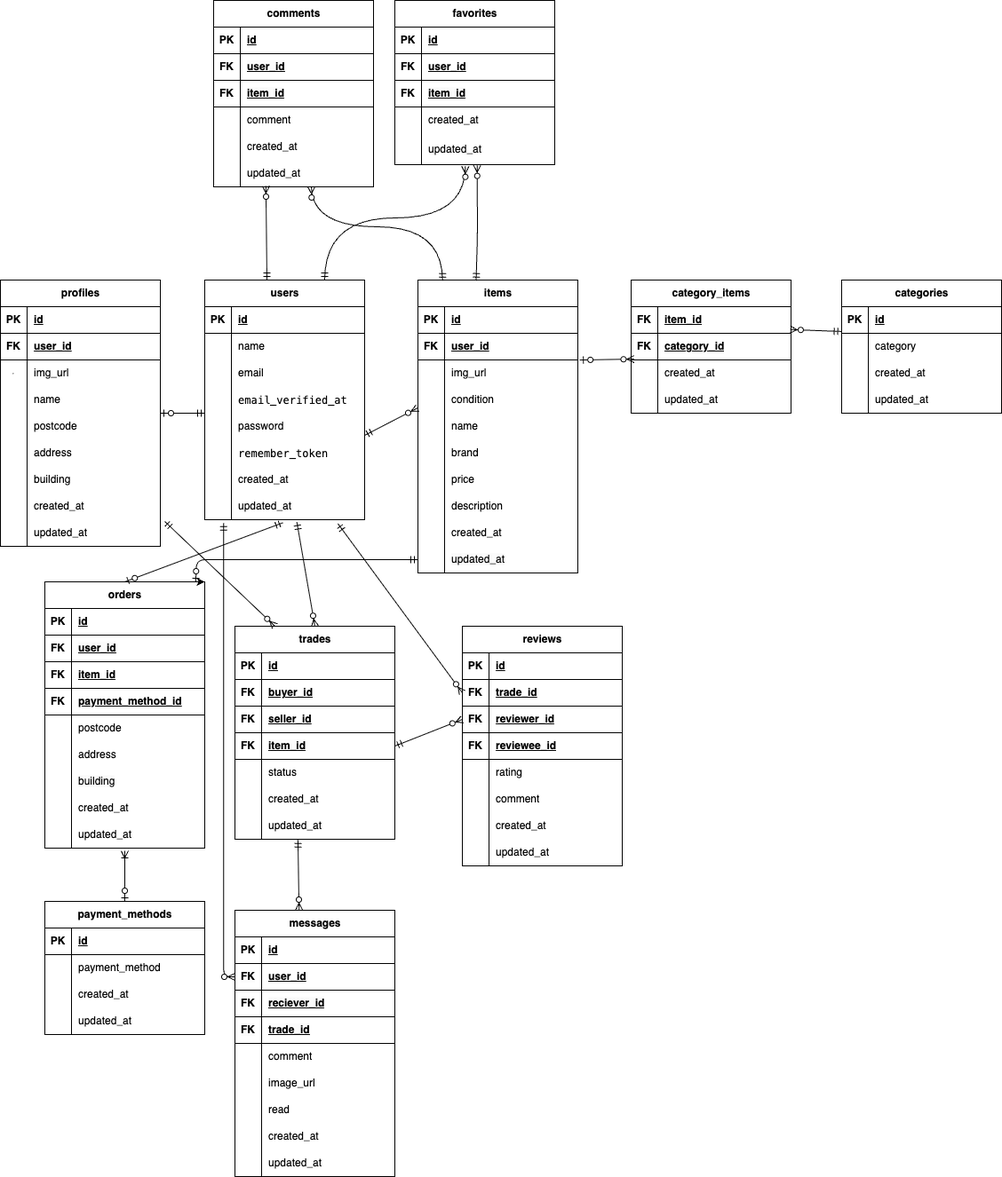
The draw.io diagram market.drawio.png in irokiyo/market-form, before a commit. Source tidied: cells renumbered, new cells last; positions are measured from the earlier drawing's top-left corner, leaving out a move shared by most shapes.
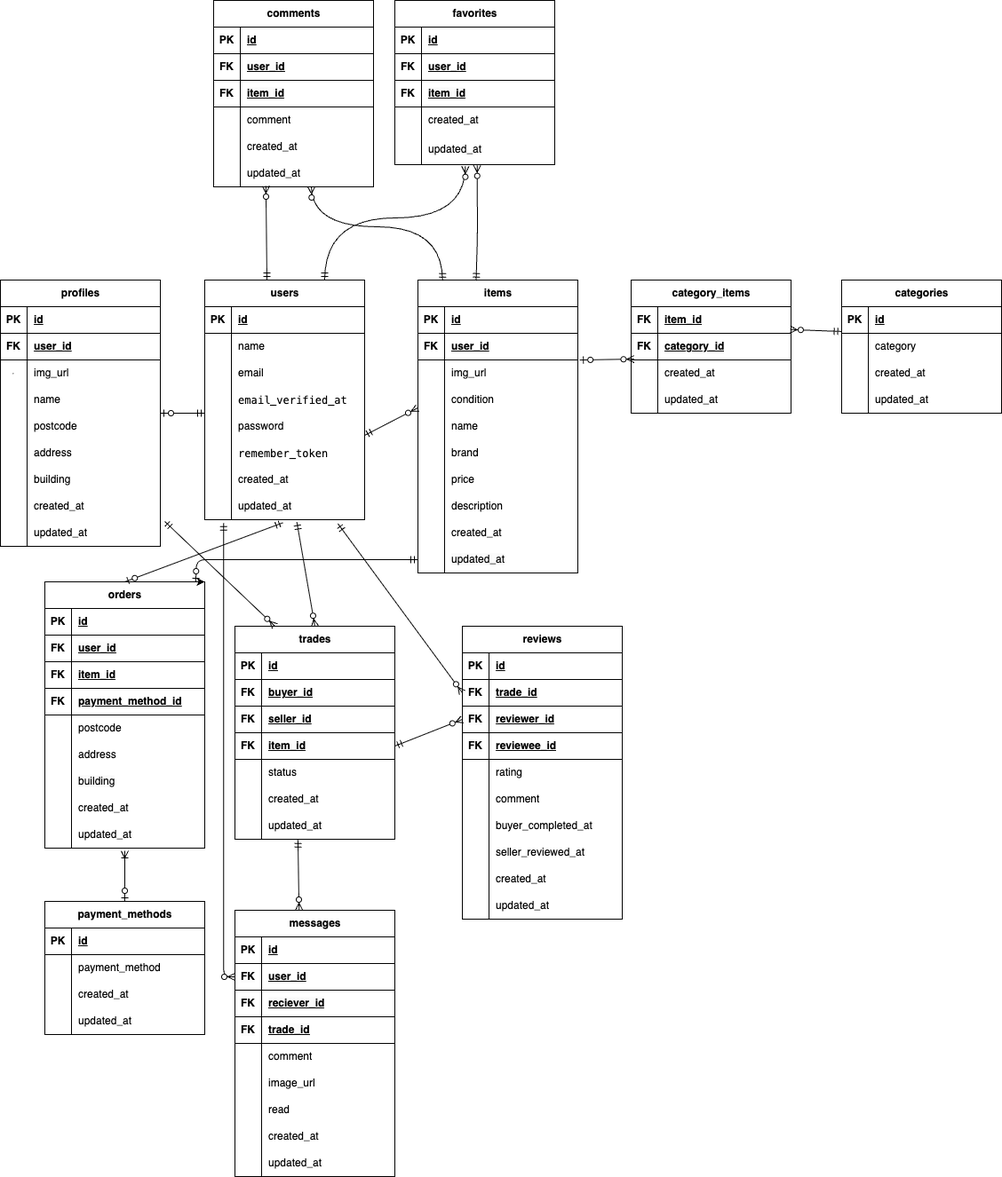
Above is the later version.

What changed in the source:
```diff
@@ -685,7 +685,7 @@
       <mxGeometry x="30" width="150" height="30" as="geometry" />
     </mxCell>
     <mxCell id="221" value="reviews" style="shape=table;startSize=30;rowLines=0;fontStyle=1;align=center;html=1;" parent="1" vertex="1">
-      <mxGeometry x="520" y="705" width="180" height="270" as="geometry" />
+      <mxGeometry x="520" y="705" width="180" height="330" as="geometry" />
     </mxCell>
     <mxCell id="222" style="shape=tableRow;horizontal=0;startSize=0;swimlaneHead=0;swimlaneBody=0;fillColor=none;top=0;left=0;right=0;bottom=1;" parent="221" vertex="1">
       <mxGeometry y="30" width="180" height="30" as="geometry" />
@@ -741,8 +741,26 @@
     <mxCell id="239" value="comment" style="shape=partialRectangle;fillColor=none;top=0;left=0;bottom=0;right=0;align=left;spacingLeft=6;overflow=hidden;whiteSpace=wrap;html=1;" parent="237" vertex="1">
       <mxGeometry x="30" width="150" height="30" as="geometry" />
     </mxCell>
+    <mxCell id="281" style="shape=tableRow;horizontal=0;startSize=0;swimlaneHead=0;swimlaneBody=0;fillColor=none;top=0;left=0;right=0;bottom=0;" parent="221" vertex="1">
+      <mxGeometry y="210" width="180" height="30" as="geometry" />
+    </mxCell>
+    <mxCell id="282" style="shape=partialRectangle;fillColor=none;top=0;left=0;bottom=0;right=0;overflow=hidden;whiteSpace=wrap;html=1;" parent="281" vertex="1">
+      <mxGeometry width="30" height="30" as="geometry" />
+    </mxCell>
+    <mxCell id="283" value="&lt;meta charset=&quot;utf-8&quot;&gt;buyer_completed_at" style="shape=partialRectangle;fillColor=none;top=0;left=0;bottom=0;right=0;align=left;spacingLeft=6;overflow=hidden;whiteSpace=wrap;html=1;" parent="281" vertex="1">
+      <mxGeometry x="30" width="150" height="30" as="geometry" />
+    </mxCell>
+    <mxCell id="284" style="shape=tableRow;horizontal=0;startSize=0;swimlaneHead=0;swimlaneBody=0;fillColor=none;top=0;left=0;right=0;bottom=0;" parent="221" vertex="1">
+      <mxGeometry y="240" width="180" height="30" as="geometry" />
+    </mxCell>
+    <mxCell id="285" style="shape=partialRectangle;fillColor=none;top=0;left=0;bottom=0;right=0;overflow=hidden;whiteSpace=wrap;html=1;" parent="284" vertex="1">
+      <mxGeometry width="30" height="30" as="geometry" />
+    </mxCell>
+    <mxCell id="286" value="seller_reviewed_at" style="shape=partialRectangle;fillColor=none;top=0;left=0;bottom=0;right=0;align=left;spacingLeft=6;overflow=hidden;whiteSpace=wrap;html=1;" parent="284" vertex="1">
+      <mxGeometry x="30" width="150" height="30" as="geometry" />
+    </mxCell>
     <mxCell id="240" style="shape=tableRow;horizontal=0;startSize=0;swimlaneHead=0;swimlaneBody=0;fillColor=none;top=0;left=0;right=0;bottom=0;" parent="221" vertex="1">
-      <mxGeometry y="210" width="180" height="30" as="geometry" />
+      <mxGeometry y="270" width="180" height="30" as="geometry" />
     </mxCell>
     <mxCell id="241" style="shape=partialRectangle;fillColor=none;top=0;left=0;bottom=0;right=0;overflow=hidden;whiteSpace=wrap;html=1;" parent="240" vertex="1">
       <mxGeometry width="30" height="30" as="geometry" />
@@ -751,7 +769,7 @@
       <mxGeometry x="30" width="150" height="30" as="geometry" />
     </mxCell>
     <mxCell id="243" style="shape=tableRow;horizontal=0;startSize=0;swimlaneHead=0;swimlaneBody=0;fillColor=none;top=0;left=0;right=0;bottom=0;" parent="221" vertex="1">
-      <mxGeometry y="240" width="180" height="30" as="geometry" />
+      <mxGeometry y="300" width="180" height="30" as="geometry" />
     </mxCell>
     <mxCell id="244" style="shape=partialRectangle;fillColor=none;top=0;left=0;bottom=0;right=0;overflow=hidden;whiteSpace=wrap;html=1;" parent="243" vertex="1">
       <mxGeometry width="30" height="30" as="geometry" />
```
